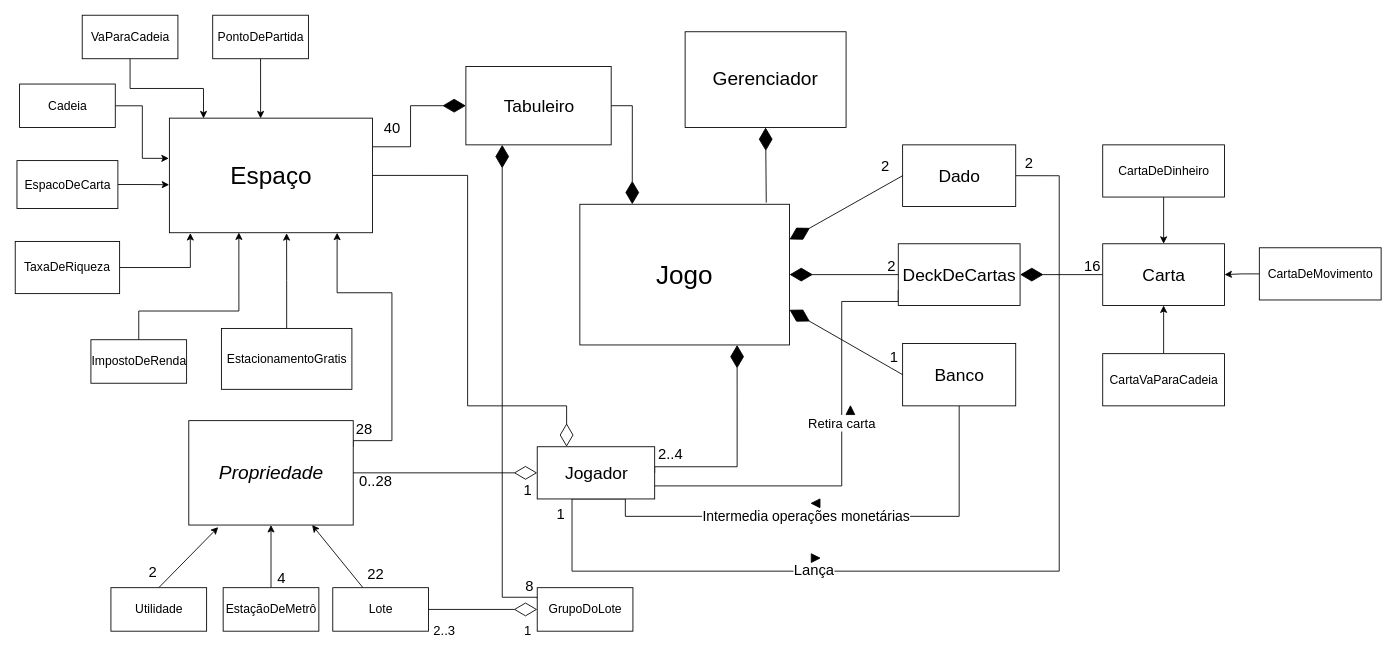
Above: Monopoly - G1.drawio in rafaelbarbeta/Monopoly (draw.io), before the change. Source tidied: cells renumbered, new cells numbered last; positions are measured from the earlier drawing's top-left corner, leaving out a move shared by most shapes. Both pictures are drawn from the tidied source at 87%, with x=0, y=0 at pixel (15, 15).
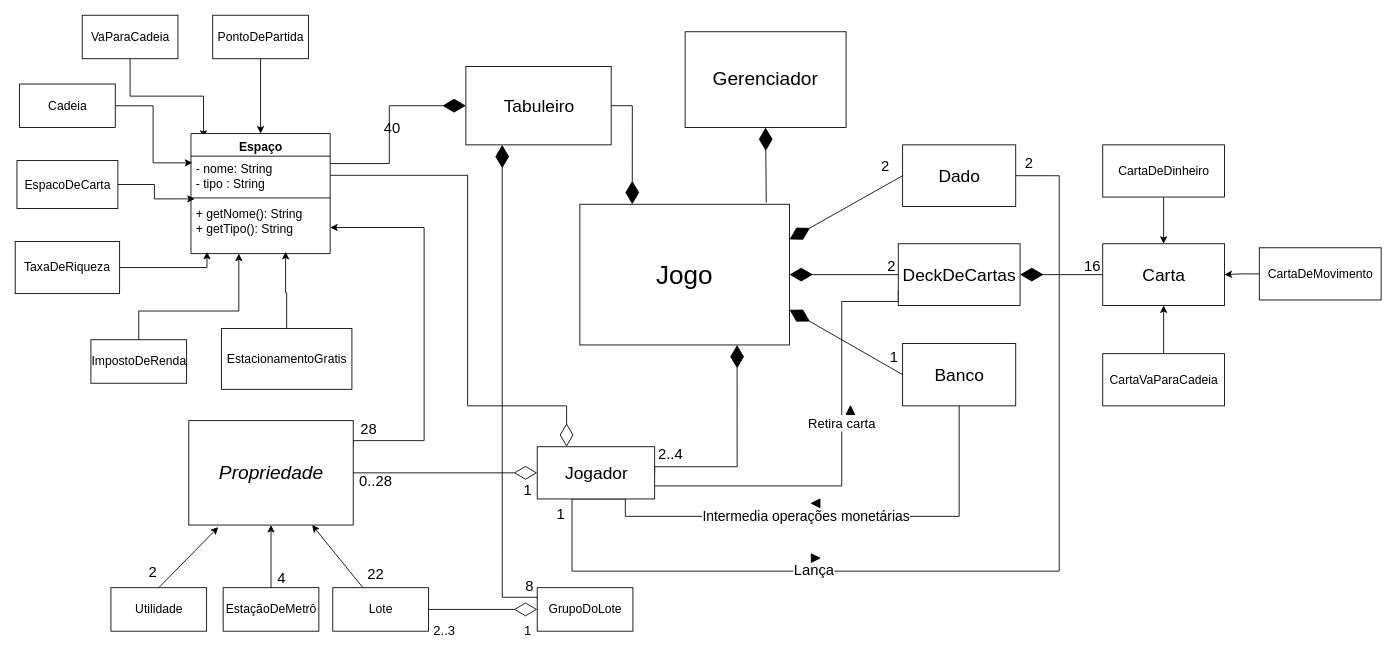
After the change.

Commit message:
Adiciona Espaço

Unchanged cells that the change refers to:
```xml
<mxCell id="12" value="&lt;i style=&quot;font-size: 22px;&quot;&gt;Propriedade&lt;/i&gt;" style="html=1;fontSize=22;" parent="1" vertex="1">
  <mxGeometry x="199.5" y="466" width="189" height="120" as="geometry" />
</mxCell>
<mxCell id="14" value="Cadeia" style="html=1;fontSize=14;" parent="1" vertex="1">
  <mxGeometry x="5" y="79.1" width="110" height="50" as="geometry" />
</mxCell>
<mxCell id="16" value="ImpostoDeRenda" style="html=1;fontSize=14;" parent="1" vertex="1">
  <mxGeometry x="87" y="373" width="110" height="50" as="geometry" />
</mxCell>
<mxCell id="24" value="Jogador" style="html=1;fontSize=20;" parent="1" vertex="1">
  <mxGeometry x="600" y="496" width="135" height="60" as="geometry" />
</mxCell>
<mxCell id="27" value="TaxaDeRiqueza" style="rounded=0;whiteSpace=wrap;html=1;fontSize=14;" parent="1" vertex="1">
  <mxGeometry y="260" width="120" height="60" as="geometry" />
</mxCell>
<mxCell id="39" value="PontoDePartida" style="html=1;fontSize=14;" parent="1" vertex="1">
  <mxGeometry x="227" width="110" height="50" as="geometry" />
</mxCell>
<mxCell id="41" value="EstacionamentoGratis" style="html=1;fontSize=14;" parent="1" vertex="1">
  <mxGeometry x="237" y="360" width="150" height="70" as="geometry" />
</mxCell>
<mxCell id="43" value="VaParaCadeia" style="html=1;fontSize=14;" parent="1" vertex="1">
  <mxGeometry x="77" width="110" height="50" as="geometry" />
</mxCell>
<mxCell id="51" value="EspacoDeCarta" style="html=1;fontSize=14;" parent="1" vertex="1">
  <mxGeometry x="2" y="167.1" width="116" height="55" as="geometry" />
</mxCell>
```

Diff of the diagram source:
```diff
@@
-    <mxCell id="2" value="28" style="edgeStyle=orthogonalEdgeStyle;rounded=0;jettySize=auto;html=1;fontSize=17;entryX=1;entryY=0.25;entryDx=0;entryDy=0;startArrow=classic;startFill=1;endArrow=none;endFill=0;" parent="1" edge="1" source="9" target="12">
+    <mxCell id="2" value="28" style="edgeStyle=orthogonalEdgeStyle;rounded=0;jettySize=auto;html=1;fontSize=17;entryX=1;entryY=0.25;entryDx=0;entryDy=0;startArrow=classic;startFill=1;endArrow=none;endFill=0;exitX=1;exitY=0.5;exitDx=0;exitDy=0;" parent="1" edge="1" source="71" target="12">
       <mxGeometry x="0.89" y="-12" relative="1" as="geometry">
         <Array as="points">
-          <mxPoint x="370" y="319" />
-          <mxPoint x="433" y="319" />
-          <mxPoint x="433" y="489" />
-          <mxPoint x="389" y="489" />
+          <mxPoint x="470" y="244" />
+          <mxPoint x="470" y="489" />
+          <mxPoint x="388" y="489" />
         </Array>
       </mxGeometry>
     </mxCell>
@@
-    <mxCell id="7" style="edgeStyle=orthogonalEdgeStyle;rounded=0;jettySize=auto;html=1;entryX=0.25;entryY=0;entryDx=0;entryDy=0;fontSize=14;startArrow=none;startFill=0;endArrow=diamondThin;endFill=0;endSize=24;sourcePerimeterSpacing=6;targetPerimeterSpacing=24;strokeWidth=1;exitX=1;exitY=0.5;exitDx=0;exitDy=0;" parent="1" edge="1" source="9" target="24">
+    <mxCell id="7" style="edgeStyle=orthogonalEdgeStyle;rounded=0;jettySize=auto;html=1;entryX=0.25;entryY=0;entryDx=0;entryDy=0;fontSize=14;startArrow=none;startFill=0;endArrow=diamondThin;endFill=0;endSize=24;sourcePerimeterSpacing=6;targetPerimeterSpacing=24;strokeWidth=1;exitX=1;exitY=0.5;exitDx=0;exitDy=0;" parent="1" edge="1" source="69" target="24">
       <mxGeometry x="-0.06" relative="1" as="geometry">
         <Array as="points">
           <mxPoint x="520" y="184" />
           <mxPoint x="520" y="449" />
           <mxPoint x="634" y="449" />
         </Array>
       </mxGeometry>
     </mxCell>
@@
-    <mxCell id="9" value="&lt;font style=&quot;font-size: 28px;&quot;&gt;Espaço&lt;/font&gt;" style="html=1;fontSize=14;" parent="1" vertex="1">
-      <mxGeometry x="177.2" y="118.3" width="233.5" height="131.7" as="geometry" />
-    </mxCell>
@@
-    <mxCell id="13" style="edgeStyle=orthogonalEdgeStyle;rounded=0;jettySize=auto;html=1;exitX=1;exitY=0.5;exitDx=0;exitDy=0;entryX=-0.003;entryY=0.351;entryDx=0;entryDy=0;entryPerimeter=0;fontSize=17;startArrow=none;startFill=0;endArrow=classic;endFill=1;" parent="1" edge="1" source="14" target="9">
+    <mxCell id="13" style="edgeStyle=orthogonalEdgeStyle;rounded=0;jettySize=auto;html=1;exitX=1;exitY=0.5;exitDx=0;exitDy=0;entryX=0.01;entryY=0.174;entryDx=0;entryDy=0;entryPerimeter=0;fontSize=17;startArrow=none;startFill=0;endArrow=classic;endFill=1;" parent="1" edge="1" source="14" target="69">
       <mxGeometry relative="1" as="geometry" />
     </mxCell>
@@
-    <mxCell id="15" style="edgeStyle=orthogonalEdgeStyle;rounded=0;jettySize=auto;html=1;exitX=0.5;exitY=0;exitDx=0;exitDy=0;fontSize=17;startArrow=none;startFill=0;endArrow=classic;endFill=1;entryX=0.342;entryY=0.998;entryDx=0;entryDy=0;entryPerimeter=0;" parent="1" edge="1" source="16" target="9">
+    <mxCell id="15" style="edgeStyle=orthogonalEdgeStyle;rounded=0;jettySize=auto;html=1;exitX=0.5;exitY=0;exitDx=0;exitDy=0;fontSize=17;startArrow=none;startFill=0;endArrow=classic;endFill=1;" parent="1" edge="1" source="16" target="71">
       <mxGeometry relative="1" as="geometry">
         <Array as="points">
           <mxPoint x="142" y="340" />
           <mxPoint x="257" y="340" />
         </Array>
       </mxGeometry>
     </mxCell>
@@
-    <mxCell id="26" style="edgeStyle=orthogonalEdgeStyle;rounded=0;jettySize=auto;html=1;fontSize=17;startArrow=none;startFill=0;endArrow=classic;endFill=1;entryX=0.103;entryY=1.003;entryDx=0;entryDy=0;entryPerimeter=0;" parent="1" edge="1" source="27" target="9">
-      <mxGeometry relative="1" as="geometry" />
+    <mxCell id="26" style="edgeStyle=orthogonalEdgeStyle;rounded=0;jettySize=auto;html=1;fontSize=17;startArrow=none;startFill=0;endArrow=classic;endFill=1;entryX=0.115;entryY=0.966;entryDx=0;entryDy=0;entryPerimeter=0;" parent="1" edge="1" source="27" target="71">
+      <mxGeometry relative="1" as="geometry">
+        <Array as="points">
+          <mxPoint x="220" y="290" />
+        </Array>
+      </mxGeometry>
     </mxCell>
@@
-    <mxCell id="38" style="edgeStyle=orthogonalEdgeStyle;rounded=0;jettySize=auto;html=1;exitX=0.5;exitY=1;exitDx=0;exitDy=0;entryX=0.449;entryY=0.002;entryDx=0;entryDy=0;entryPerimeter=0;fontSize=17;startArrow=none;startFill=0;endArrow=classic;endFill=1;" parent="1" edge="1" source="39" target="9">
+    <mxCell id="38" style="edgeStyle=orthogonalEdgeStyle;rounded=0;jettySize=auto;html=1;exitX=0.5;exitY=1;exitDx=0;exitDy=0;fontSize=17;startArrow=none;startFill=0;endArrow=classic;endFill=1;entryX=0.5;entryY=0;entryDx=0;entryDy=0;" parent="1" edge="1" source="39" target="9">
       <mxGeometry relative="1" as="geometry" />
     </mxCell>
@@
-    <mxCell id="40" style="edgeStyle=orthogonalEdgeStyle;rounded=0;jettySize=auto;html=1;exitX=0.5;exitY=0;exitDx=0;exitDy=0;entryX=0.577;entryY=1.004;entryDx=0;entryDy=0;entryPerimeter=0;fontSize=17;startArrow=none;startFill=0;endArrow=classic;endFill=1;" parent="1" edge="1" source="41" target="9">
-      <mxGeometry relative="1" as="geometry" />
+    <mxCell id="40" style="edgeStyle=orthogonalEdgeStyle;rounded=0;jettySize=auto;html=1;exitX=0.5;exitY=0;exitDx=0;exitDy=0;entryX=0.68;entryY=0.966;entryDx=0;entryDy=0;entryPerimeter=0;fontSize=17;startArrow=none;startFill=0;endArrow=classic;endFill=1;" parent="1" edge="1" source="41" target="71">
+      <mxGeometry relative="1" as="geometry">
+        <Array as="points">
+          <mxPoint x="312" y="319" />
+          <mxPoint x="311" y="319" />
+        </Array>
+      </mxGeometry>
     </mxCell>
@@
-    <mxCell id="42" style="edgeStyle=orthogonalEdgeStyle;rounded=0;jettySize=auto;html=1;exitX=0.5;exitY=1;exitDx=0;exitDy=0;entryX=0.168;entryY=0.002;entryDx=0;entryDy=0;entryPerimeter=0;fontSize=17;startArrow=none;startFill=0;endArrow=classic;endFill=1;" parent="1" edge="1" source="43" target="9">
+    <mxCell id="42" style="edgeStyle=orthogonalEdgeStyle;rounded=0;jettySize=auto;html=1;exitX=0.5;exitY=1;exitDx=0;exitDy=0;entryX=0.09;entryY=0.035;entryDx=0;entryDy=0;entryPerimeter=0;fontSize=17;startArrow=none;startFill=0;endArrow=classic;endFill=1;" parent="1" edge="1" source="43" target="9">
       <mxGeometry relative="1" as="geometry" />
     </mxCell>
@@
-    <mxCell id="50" style="edgeStyle=orthogonalEdgeStyle;rounded=0;jettySize=auto;html=1;exitX=1;exitY=0.5;exitDx=0;exitDy=0;fontSize=17;startArrow=none;startFill=0;endArrow=classic;endFill=1;entryX=-0.001;entryY=0.581;entryDx=0;entryDy=0;entryPerimeter=0;" parent="1" edge="1" source="51" target="9">
-      <mxGeometry relative="1" as="geometry">
-        <Array as="points">
-          <mxPoint x="148" y="195" />
-        </Array>
-      </mxGeometry>
+    <mxCell id="50" style="edgeStyle=orthogonalEdgeStyle;rounded=0;jettySize=auto;html=1;exitX=1;exitY=0.5;exitDx=0;exitDy=0;fontSize=17;startArrow=none;startFill=0;endArrow=classic;endFill=1;entryX=0.027;entryY=-0.048;entryDx=0;entryDy=0;entryPerimeter=0;" parent="1" edge="1" source="51" target="71">
+      <mxGeometry relative="1" as="geometry" />
     </mxCell>
@@
+    <mxCell id="9" value="Espaço" style="swimlane;fontStyle=1;align=center;verticalAlign=top;horizontal=1;startSize=26;fontFamily=Helvetica;fontSize=14;fontColor=default;strokeColor=default;fillColor=default;html=1;" parent="1" vertex="1">
+      <mxGeometry x="202" y="136" width="160" height="138" as="geometry" />
+    </mxCell>
+    <mxCell id="69" value="- nome: String&lt;br&gt;- tipo : String" style="text;strokeColor=none;fillColor=none;align=left;verticalAlign=top;spacingLeft=4;spacingRight=4;overflow=hidden;points=[[0,0.5],[1,0.5]];portConstraint=eastwest;fontFamily=Helvetica;fontSize=14;fontColor=default;html=1;" parent="9" vertex="1">
+      <mxGeometry y="26" width="160" height="44" as="geometry" />
+    </mxCell>
+    <mxCell id="70" style="line;strokeWidth=1;fillColor=none;align=left;verticalAlign=middle;spacingTop=-1;spacingLeft=3;spacingRight=3;labelPosition=right;fontFamily=Helvetica;fontSize=14;fontColor=default;html=1;" parent="9" vertex="1">
+      <mxGeometry y="70" width="160" height="8" as="geometry" />
+    </mxCell>
+    <mxCell id="71" value="+ getNome(): String&lt;br&gt;+ getTipo(): String" style="text;strokeColor=none;fillColor=none;align=left;verticalAlign=top;spacingLeft=4;spacingRight=4;overflow=hidden;points=[[0,0.5],[1,0.5]];portConstraint=eastwest;fontFamily=Helvetica;fontSize=14;fontColor=default;html=1;" parent="9" vertex="1">
+      <mxGeometry y="78" width="160" height="60" as="geometry" />
+    </mxCell>
```
